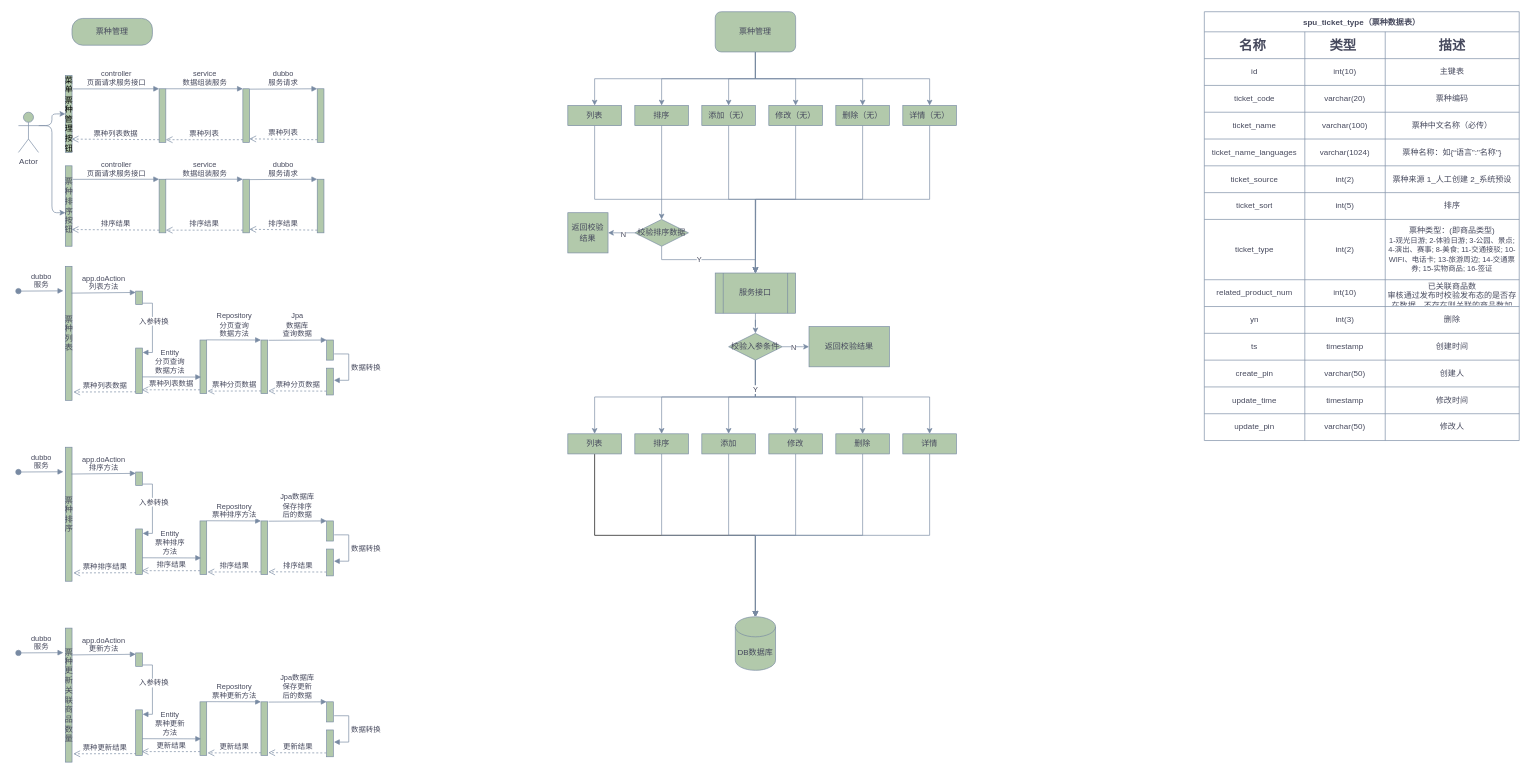
Before: page "票种管理" (1 of 3) of tour-product.drawio in liqiang0113/Project, a draw.io diagram. Source tidied: cells renumbered, new cells numbered last; positions are measured from the earlier drawing's top-left corner, leaving out a move shared by most shapes. Both pictures are drawn from the tidied source at 67%, with x=0, y=0 at pixel (18, 11).
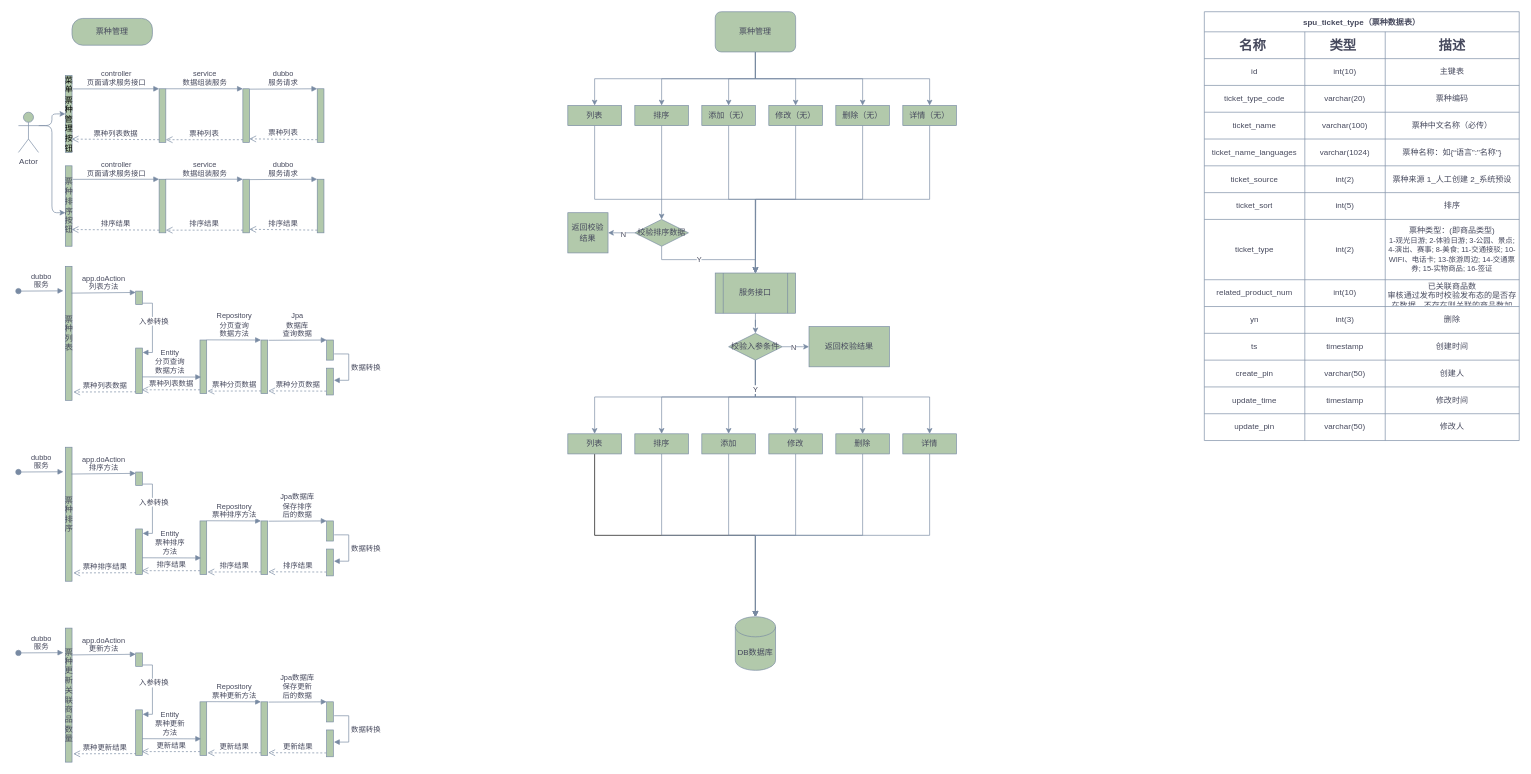
The same page after the edit.

Unchanged cells that the change refers to:
```xml
<mxCell id="62" style="shape=tableRow;horizontal=0;startSize=0;swimlaneHead=0;swimlaneBody=0;top=0;left=0;bottom=0;right=0;fillColor=none;strokeColor=#788AA3;fontColor=#46495D;" parent="53" vertex="1">
  <mxGeometry y="110" width="470" height="40" as="geometry" />
</mxCell>
```

Change to the diagram source:
```diff
@@
-    <mxCell id="63" value="ticket_code" style="shape=partialRectangle;html=1;whiteSpace=wrap;top=0;left=0;bottom=0;right=0;overflow=hidden;sketch=0;shadow=0;strokeWidth=1;fillColor=none;fontColor=#46495D;verticalAlign=middle;strokeColor=#788AA3;" parent="62" vertex="1">
+    <mxCell id="63" value="ticket_type_code" style="shape=partialRectangle;html=1;whiteSpace=wrap;top=0;left=0;bottom=0;right=0;overflow=hidden;sketch=0;shadow=0;strokeWidth=1;fillColor=none;fontColor=#46495D;verticalAlign=middle;strokeColor=#788AA3;" parent="62" vertex="1">
       <mxGeometry width="150" height="40" as="geometry" />
     </mxCell>
```
